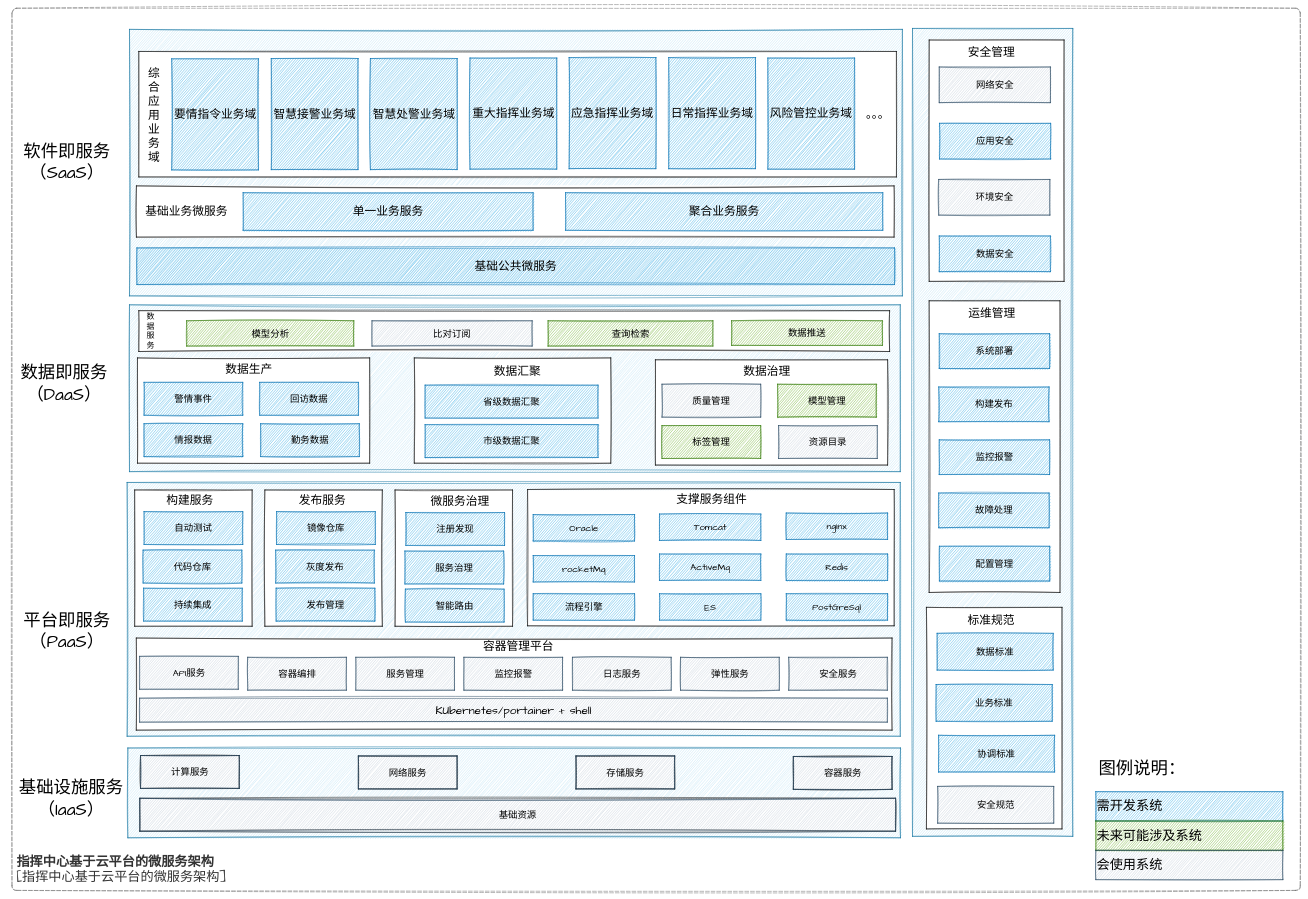
This is page "平台架构整体规划" (2 of 3) of 基于云平台的微服务架构.drawio from chensiyu123456/drawio-files, a draw.io file, before an edit. Source tidied: cells renumbered, new cells numbered last; positions are measured from the earlier drawing's top-left corner, leaving out a move shared by most shapes. Both pictures are drawn from the tidied source at 47%, with x=0, y=0 at pixel (8, 8).
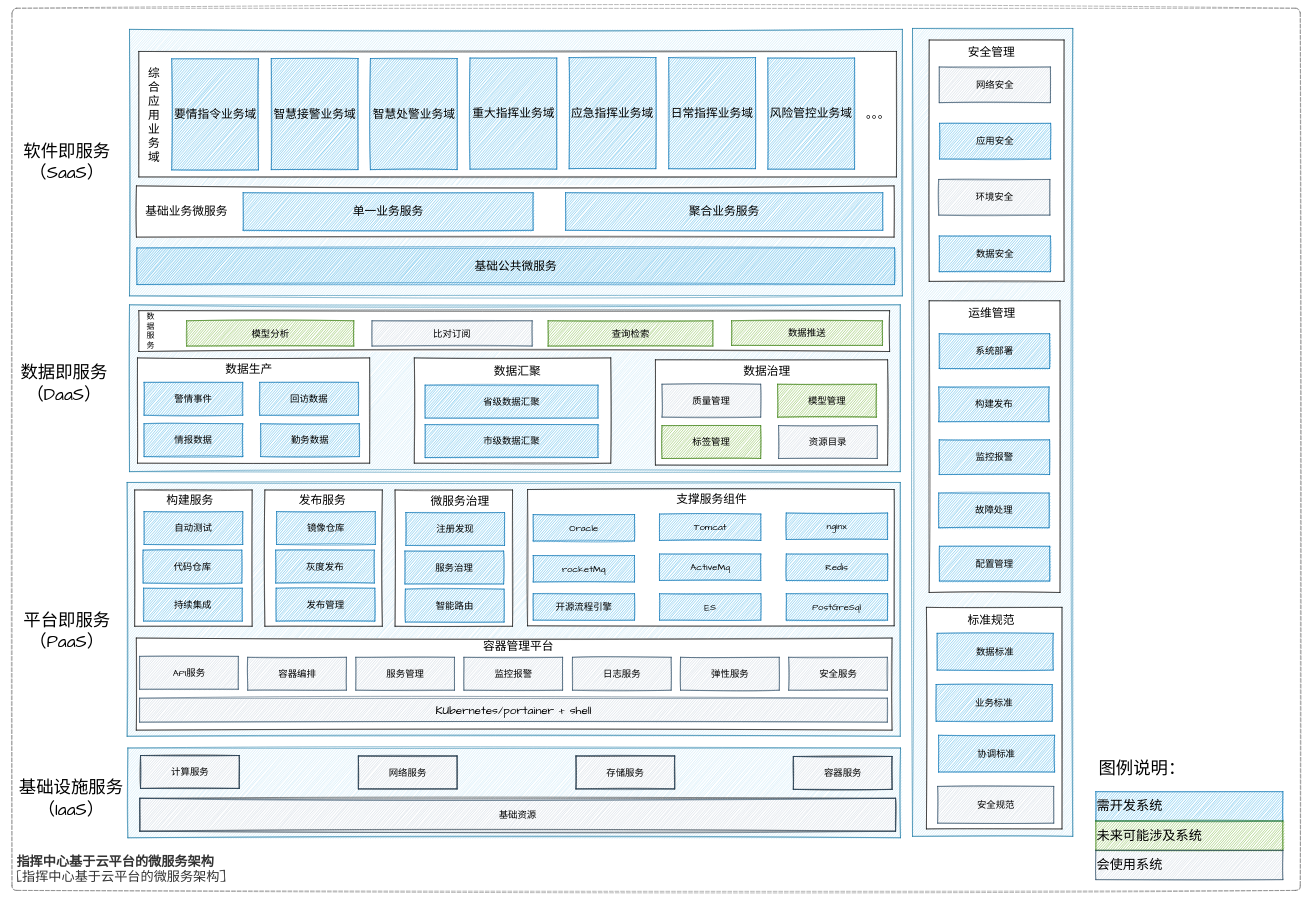
Above is the later version.

The change refers to these unchanged cells:
```xml
<mxCell id="21" style="group;" parent="1" vertex="1">
  <mxGeometry x="1117" y="1074" width="754" height="228" as="geometry" />
</mxCell>
```

What changed in the source:
```diff
@@
-    <mxCell id="28" value="流程引擎" style="rounded=0;whiteSpace=wrap;html=1;sketch=1;hachureGap=4;fontFamily=Architects Daughter;fontSize=20;fillColor=#1ba1e2;strokeColor=#006EAF;fontColor=#000000;" parent="21" vertex="1">
+    <mxCell id="28" value="开源流程引擎" style="rounded=0;whiteSpace=wrap;html=1;sketch=1;hachureGap=4;fontFamily=Architects Daughter;fontSize=20;fillColor=#1ba1e2;strokeColor=#006EAF;fontColor=#000000;" parent="21" vertex="1">
       <mxGeometry y="171.7" width="215.6" height="56.3" as="geometry" />
     </mxCell>
```
